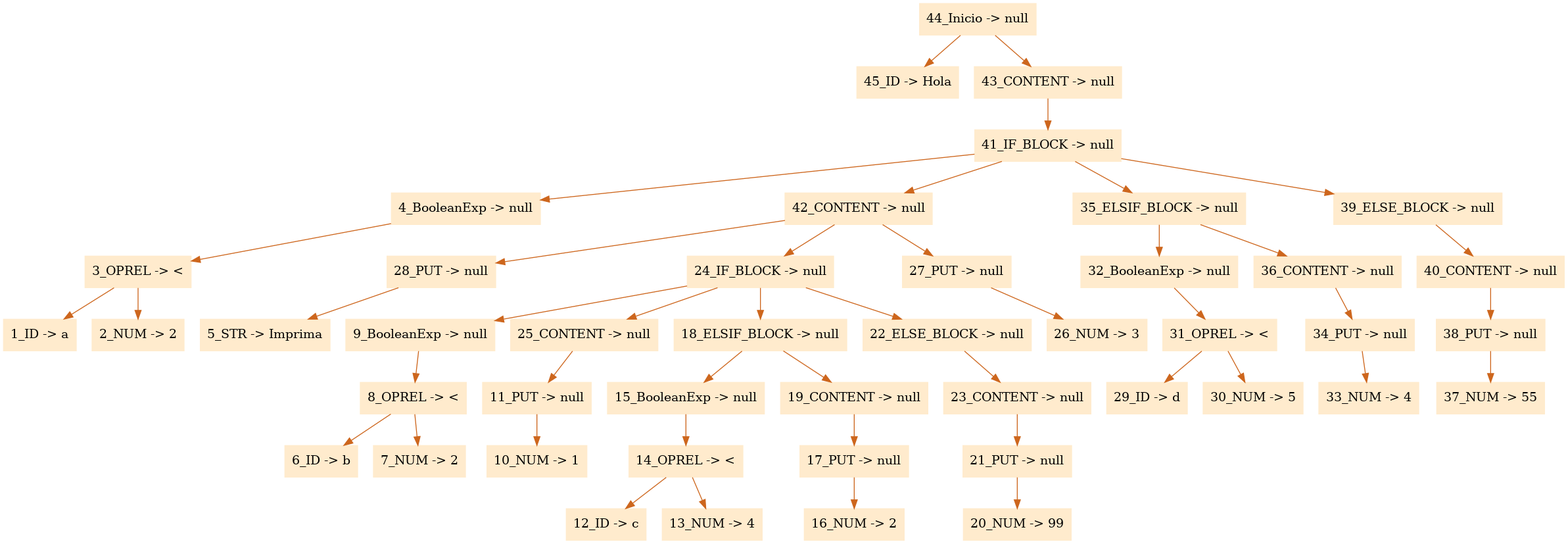
FranciscoPagoaga/Ada95-Compiler keeps this Graphviz diagram as arbol.png. Above is the earlier version. Its source is kept beside it as arbol.dot.
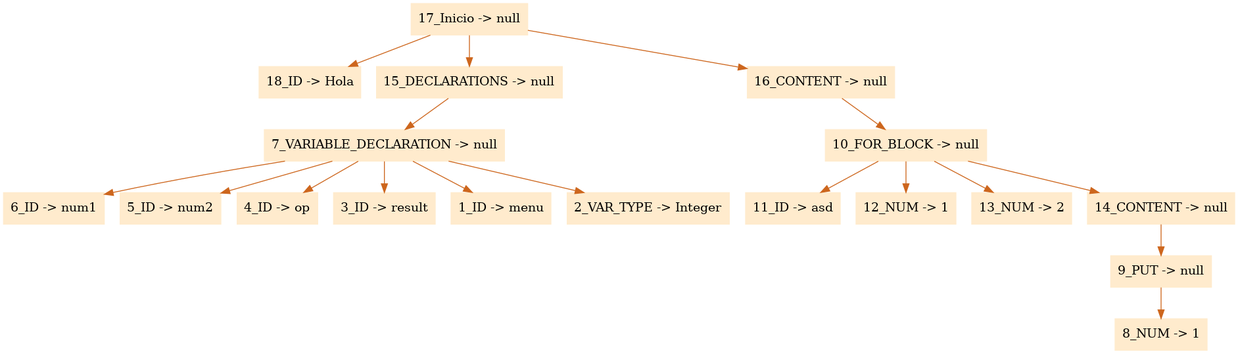
After the commit.

Diff of the diagram source:
```diff
@@ -1,49 +1,22 @@
 digraph G {node[shape=box, style=filled, color=blanchedalmond]; edge[color=chocolate3];rankdir=UD
 
-"44_Inicio -> null"->"45_ID -> Hola"
-"44_Inicio -> null"->"43_CONTENT -> null"
-"43_CONTENT -> null"->"41_IF_BLOCK -> null"
-"41_IF_BLOCK -> null"->"4_BooleanExp -> null"
-"4_BooleanExp -> null"->"3_OPREL -> <"
-"3_OPREL -> <"->"1_ID -> a"
-"3_OPREL -> <"->"2_NUM -> 2"
-"41_IF_BLOCK -> null"->"42_CONTENT -> null"
-"42_CONTENT -> null"->"28_PUT -> null"
-"28_PUT -> null"->"5_STR -> Imprima"
-"42_CONTENT -> null"->"24_IF_BLOCK -> null"
-"24_IF_BLOCK -> null"->"9_BooleanExp -> null"
-"9_BooleanExp -> null"->"8_OPREL -> <"
-"8_OPREL -> <"->"6_ID -> b"
-"8_OPREL -> <"->"7_NUM -> 2"
-"24_IF_BLOCK -> null"->"25_CONTENT -> null"
-"25_CONTENT -> null"->"11_PUT -> null"
-"11_PUT -> null"->"10_NUM -> 1"
-"24_IF_BLOCK -> null"->"18_ELSIF_BLOCK -> null"
-"18_ELSIF_BLOCK -> null"->"15_BooleanExp -> null"
-"15_BooleanExp -> null"->"14_OPREL -> <"
-"14_OPREL -> <"->"12_ID -> c"
-"14_OPREL -> <"->"13_NUM -> 4"
-"18_ELSIF_BLOCK -> null"->"19_CONTENT -> null"
-"19_CONTENT -> null"->"17_PUT -> null"
-"17_PUT -> null"->"16_NUM -> 2"
-"24_IF_BLOCK -> null"->"22_ELSE_BLOCK -> null"
-"22_ELSE_BLOCK -> null"->"23_CONTENT -> null"
-"23_CONTENT -> null"->"21_PUT -> null"
-"21_PUT -> null"->"20_NUM -> 99"
-"42_CONTENT -> null"->"27_PUT -> null"
-"27_PUT -> null"->"26_NUM -> 3"
-"41_IF_BLOCK -> null"->"35_ELSIF_BLOCK -> null"
-"35_ELSIF_BLOCK -> null"->"32_BooleanExp -> null"
-"32_BooleanExp -> null"->"31_OPREL -> <"
-"31_OPREL -> <"->"29_ID -> d"
-"31_OPREL -> <"->"30_NUM -> 5"
-"35_ELSIF_BLOCK -> null"->"36_CONTENT -> null"
-"36_CONTENT -> null"->"34_PUT -> null"
-"34_PUT -> null"->"33_NUM -> 4"
-"41_IF_BLOCK -> null"->"39_ELSE_BLOCK -> null"
-"39_ELSE_BLOCK -> null"->"40_CONTENT -> null"
-"40_CONTENT -> null"->"38_PUT -> null"
-"38_PUT -> null"->"37_NUM -> 55"
+"17_Inicio -> null"->"18_ID -> Hola"
+"17_Inicio -> null"->"15_DECLARATIONS -> null"
+"15_DECLARATIONS -> null"->"7_VARIABLE_DECLARATION -> null"
+"7_VARIABLE_DECLARATION -> null"->"6_ID -> num1"
+"7_VARIABLE_DECLARATION -> null"->"5_ID -> num2"
+"7_VARIABLE_DECLARATION -> null"->"4_ID -> op"
+"7_VARIABLE_DECLARATION -> null"->"3_ID -> result"
+"7_VARIABLE_DECLARATION -> null"->"1_ID -> menu"
+"7_VARIABLE_DECLARATION -> null"->"2_VAR_TYPE -> Integer"
+"17_Inicio -> null"->"16_CONTENT -> null"
+"16_CONTENT -> null"->"10_FOR_BLOCK -> null"
+"10_FOR_BLOCK -> null"->"11_ID -> asd"
+"10_FOR_BLOCK -> null"->"12_NUM -> 1"
+"10_FOR_BLOCK -> null"->"13_NUM -> 2"
+"10_FOR_BLOCK -> null"->"14_CONTENT -> null"
+"14_CONTENT -> null"->"9_PUT -> null"
+"9_PUT -> null"->"8_NUM -> 1"
 
 
 }
```
